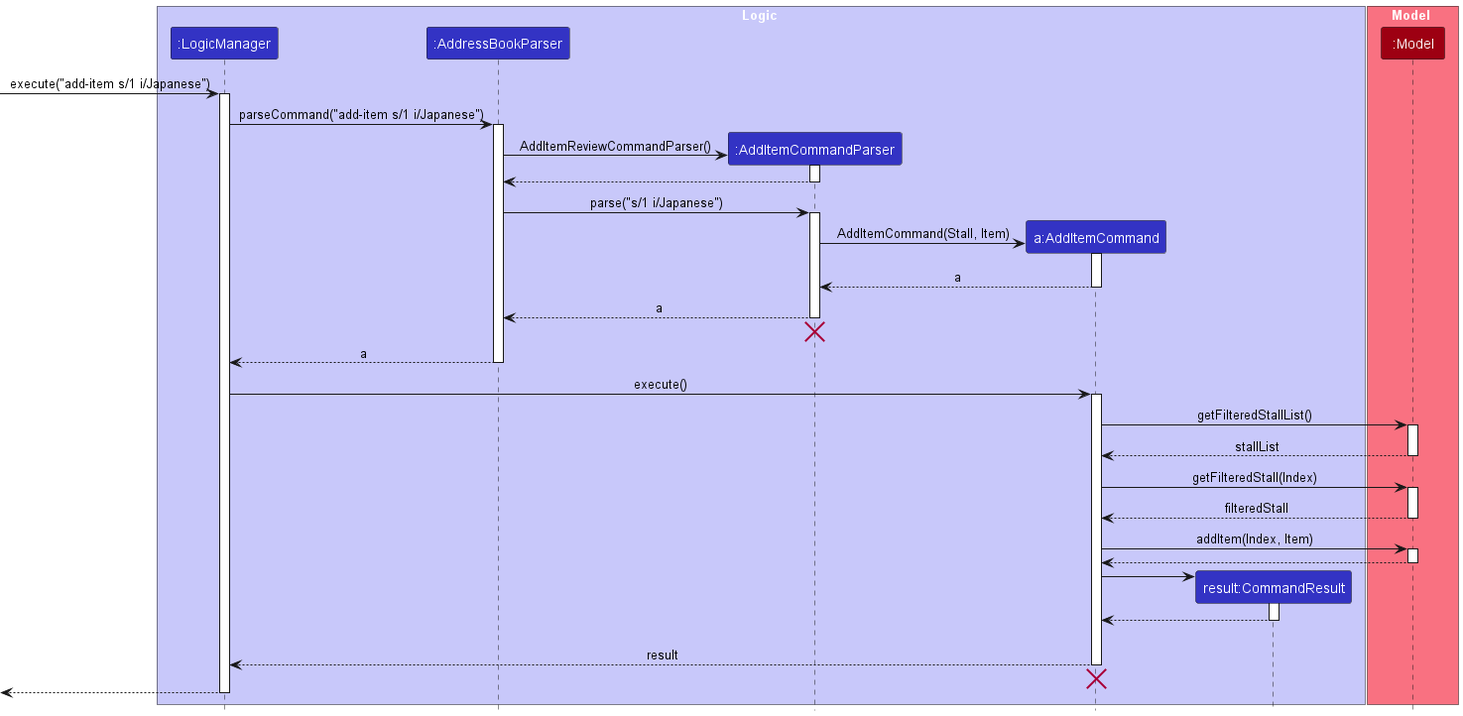
teoks0199/tp keeps this PlantUML diagram as docs/images/AddItemSequenceDiagram.png. Above is the earlier version.
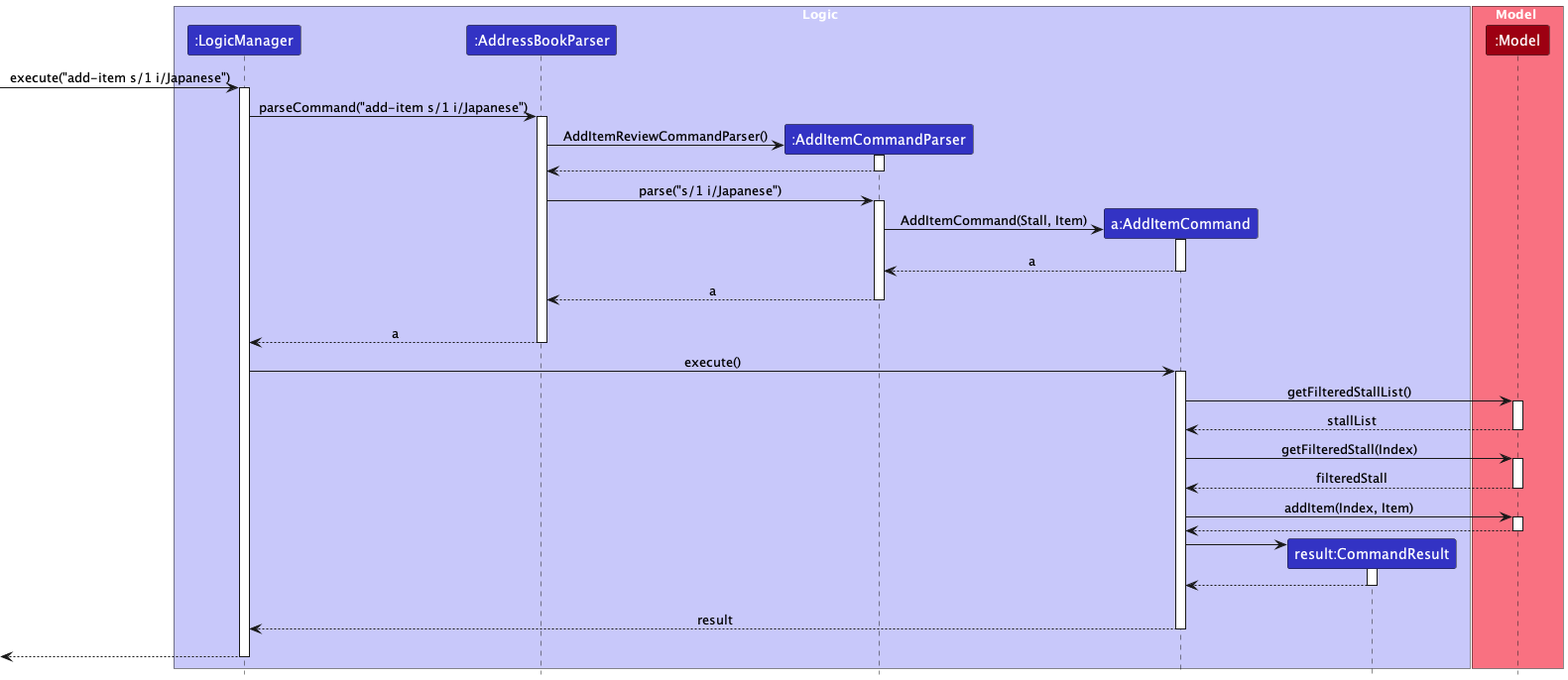
Above is the later version.

The edit, as a diff of the source:
```diff
@@ -40,7 +40,6 @@
 AddItemCommandParser --> AddressBookParser : a
 deactivate AddItemCommandParser
 AddItemCommandParser -[hidden]-> AddressBookParser
-destroy AddItemCommandParser
 
 AddressBookParser --> LogicManager : a
 deactivate AddressBookParser
@@ -78,7 +77,6 @@
 AddItemCommand --> LogicManager : result
 deactivate AddItemCommand
 AddItemCommandParser -[hidden]-> AddItemCommand
-destroy AddItemCommand
 
 [<--LogicManager
 deactivate LogicManager
```
